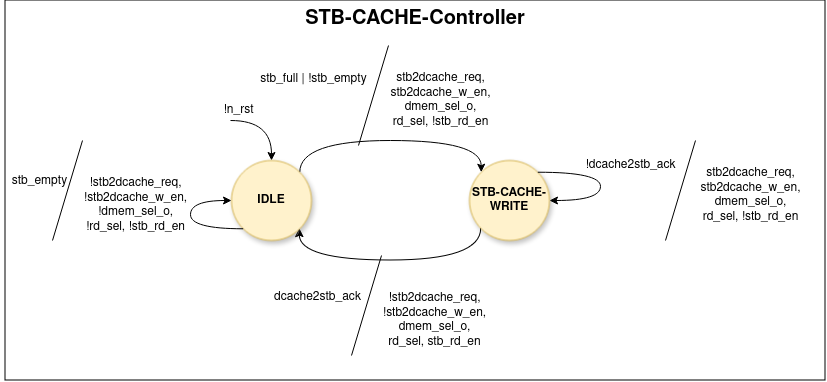
Before: docs/stb-cache-controller.png, a diagram exported from draw.io (Fazail333/Store-Buffer). Source tidied: cells renumbered, new cells last; positions are measured from the earlier drawing's top-left corner, leaving out a move shared by most shapes.
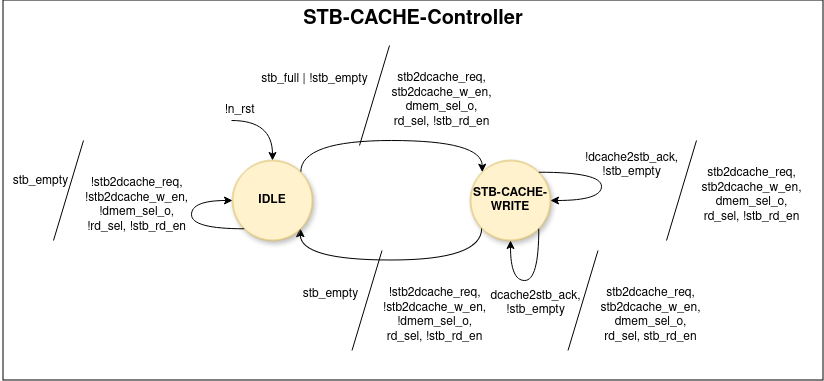
After the commit.

Commit message:
updated docs of datapath (stb_full and stb_empty logic) and controllers

Change to the diagram source:
```diff
@@ -3,7 +3,7 @@
     <mxCell id="0" />
     <mxCell id="1" parent="0" />
     <mxCell id="2" value="STB-CACHE-Controller " style="rounded=0;whiteSpace=wrap;html=1;fontStyle=1;verticalAlign=top;fontSize=20;" parent="1" vertex="1">
-      <mxGeometry x="6" width="820" height="380" as="geometry" />
+      <mxGeometry x="3" width="820" height="380" as="geometry" />
     </mxCell>
     <mxCell id="3" style="edgeStyle=orthogonalEdgeStyle;rounded=0;jettySize=auto;html=1;exitX=0;exitY=1;exitDx=0;exitDy=0;entryX=1;entryY=1;entryDx=0;entryDy=0;curved=1;" parent="1" edge="1" source="4" target="7">
       <mxGeometry relative="1" as="geometry">
@@ -72,8 +72,8 @@
     <mxCell id="15" value="&lt;div&gt;stb2dcache_req,&lt;/div&gt;&lt;div&gt;stb2dcache_w_en,&lt;/div&gt;&lt;div&gt;dmem_sel_o,&lt;br&gt;&lt;/div&gt;&lt;div&gt;rd_sel, !stb_rd_en&lt;/div&gt;" style="text;html=1;align=center;verticalAlign=middle;strokeColor=none;fillColor=none;" parent="1" vertex="1">
       <mxGeometry x="691" y="160" width="120" height="70" as="geometry" />
     </mxCell>
-    <mxCell id="16" value="&lt;div&gt;!stb2dcache_req,&lt;/div&gt;&lt;div&gt;!stb2dcache_w_en,&lt;/div&gt;&lt;div&gt;dmem_sel_o,&lt;br&gt;&lt;/div&gt;&lt;div&gt;rd_sel, stb_rd_en&lt;/div&gt;" style="text;html=1;align=center;verticalAlign=middle;strokeColor=none;fillColor=none;" parent="1" vertex="1">
-      <mxGeometry x="369.5" y="285" width="130" height="70" as="geometry" />
+    <mxCell id="16" value="&lt;div&gt;stb2dcache_req,&lt;/div&gt;&lt;div&gt;stb2dcache_w_en,&lt;/div&gt;&lt;div&gt;dmem_sel_o,&lt;br&gt;&lt;/div&gt;&lt;div&gt;rd_sel, stb_rd_en&lt;/div&gt;" style="text;html=1;align=center;verticalAlign=middle;strokeColor=none;fillColor=none;" parent="1" vertex="1">
+      <mxGeometry x="590" y="280" width="120" height="70" as="geometry" />
     </mxCell>
     <mxCell id="17" style="endArrow=none;html=1;rounded=0;" parent="1" edge="1">
       <mxGeometry relative="1" as="geometry">
@@ -83,8 +83,8 @@
     </mxCell>
     <mxCell id="18" style="endArrow=none;html=1;rounded=0;" parent="1" edge="1">
       <mxGeometry relative="1" as="geometry">
-        <mxPoint x="352" y="355" as="sourcePoint" />
-        <mxPoint x="382" y="255" as="targetPoint" />
+        <mxPoint x="567.5" y="350" as="sourcePoint" />
+        <mxPoint x="597.5" y="250" as="targetPoint" />
       </mxGeometry>
     </mxCell>
     <mxCell id="19" value="&lt;div&gt;!stb2dcache_req,&lt;/div&gt;&lt;div&gt;!stb2dcache_w_en,&lt;/div&gt;&lt;div&gt;!dmem_sel_o,&lt;br&gt;&lt;/div&gt;&lt;div&gt;!rd_sel, !stb_rd_en&lt;/div&gt;" style="text;html=1;align=center;verticalAlign=middle;strokeColor=none;fillColor=none;" parent="1" vertex="1">
@@ -96,11 +96,31 @@
         <mxPoint x="83" y="140" as="targetPoint" />
       </mxGeometry>
     </mxCell>
-    <mxCell id="21" value="dcache2stb_ack" style="text;html=1;align=center;verticalAlign=middle;strokeColor=none;fillColor=none;" parent="1" vertex="1">
-      <mxGeometry x="262.5" y="282" width="110" height="30" as="geometry" />
+    <mxCell id="21" value="&lt;div&gt;dcache2stb_ack,&lt;/div&gt;&lt;div&gt;!stb_empty&lt;br&gt;&lt;/div&gt;" style="text;html=1;align=center;verticalAlign=middle;strokeColor=none;fillColor=none;" parent="1" vertex="1">
+      <mxGeometry x="480" y="283" width="110" height="40" as="geometry" />
     </mxCell>
-    <mxCell id="22" value="!dcache2stb_ack" style="text;html=1;align=center;verticalAlign=middle;strokeColor=none;fillColor=none;" parent="1" vertex="1">
-      <mxGeometry x="576" y="150" width="110" height="30" as="geometry" />
+    <mxCell id="22" value="&lt;div&gt;!dcache2stb_ack,&lt;/div&gt;&lt;div&gt;!stb_empty&lt;br&gt;&lt;/div&gt;" style="text;html=1;align=center;verticalAlign=middle;strokeColor=none;fillColor=none;" parent="1" vertex="1">
+      <mxGeometry x="571" y="145" width="120" height="40" as="geometry" />
     </mxCell>
+    <mxCell id="23" style="edgeStyle=orthogonalEdgeStyle;rounded=0;orthogonalLoop=1;jettySize=auto;html=1;exitX=1;exitY=1;exitDx=0;exitDy=0;entryX=0.5;entryY=1;entryDx=0;entryDy=0;curved=1;" parent="1" edge="1" source="4" target="4">
+      <mxGeometry relative="1" as="geometry">
+        <Array as="points">
+          <mxPoint x="538" y="280" />
+          <mxPoint x="510" y="280" />
+        </Array>
+      </mxGeometry>
+    </mxCell>
+    <mxCell id="24" value="&lt;div&gt;!stb2dcache_req,&lt;/div&gt;&lt;div&gt;!stb2dcache_w_en,&lt;/div&gt;&lt;div&gt;!dmem_sel_o,&lt;br&gt;&lt;/div&gt;&lt;div&gt;rd_sel, !stb_rd_en&lt;/div&gt;" style="text;html=1;align=center;verticalAlign=middle;strokeColor=none;fillColor=none;" parent="1" vertex="1">
+      <mxGeometry x="369" y="280" width="130" height="70" as="geometry" />
+    </mxCell>
+    <mxCell id="25" style="endArrow=none;html=1;rounded=0;" parent="1" edge="1">
+      <mxGeometry relative="1" as="geometry">
+        <mxPoint x="351.5" y="350" as="sourcePoint" />
+        <mxPoint x="381.5" y="250" as="targetPoint" />
+      </mxGeometry>
+    </mxCell>
+    <mxCell id="26" value="&lt;div&gt;stb_empty&lt;br&gt;&lt;/div&gt;" style="text;html=1;align=center;verticalAlign=middle;strokeColor=none;fillColor=none;" parent="1" vertex="1">
+      <mxGeometry x="290" y="279" width="80" height="30" as="geometry" />
+    </mxCell>
   </root>
 </mxGraphModel>
```
